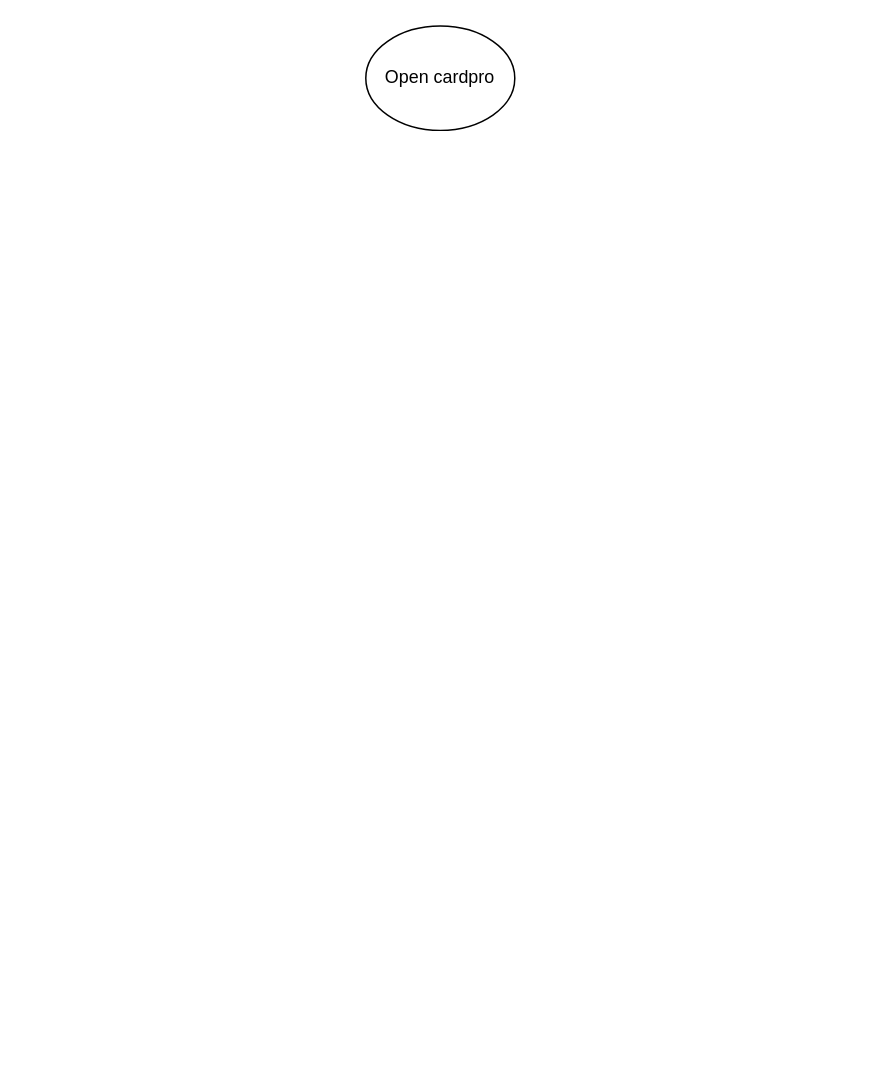
Earlier version of the draw.io diagram page "CardProApp" (3 of 7) of dz-perso-system.drawio (delphihero/MyDocument). Source tidied: cells renumbered, new cells numbered last; positions are measured from the earlier drawing's top-left corner, leaving out a move shared by most shapes. Both pictures are drawn from the tidied source at 149%, with x=0, y=0 at pixel (365, 25).
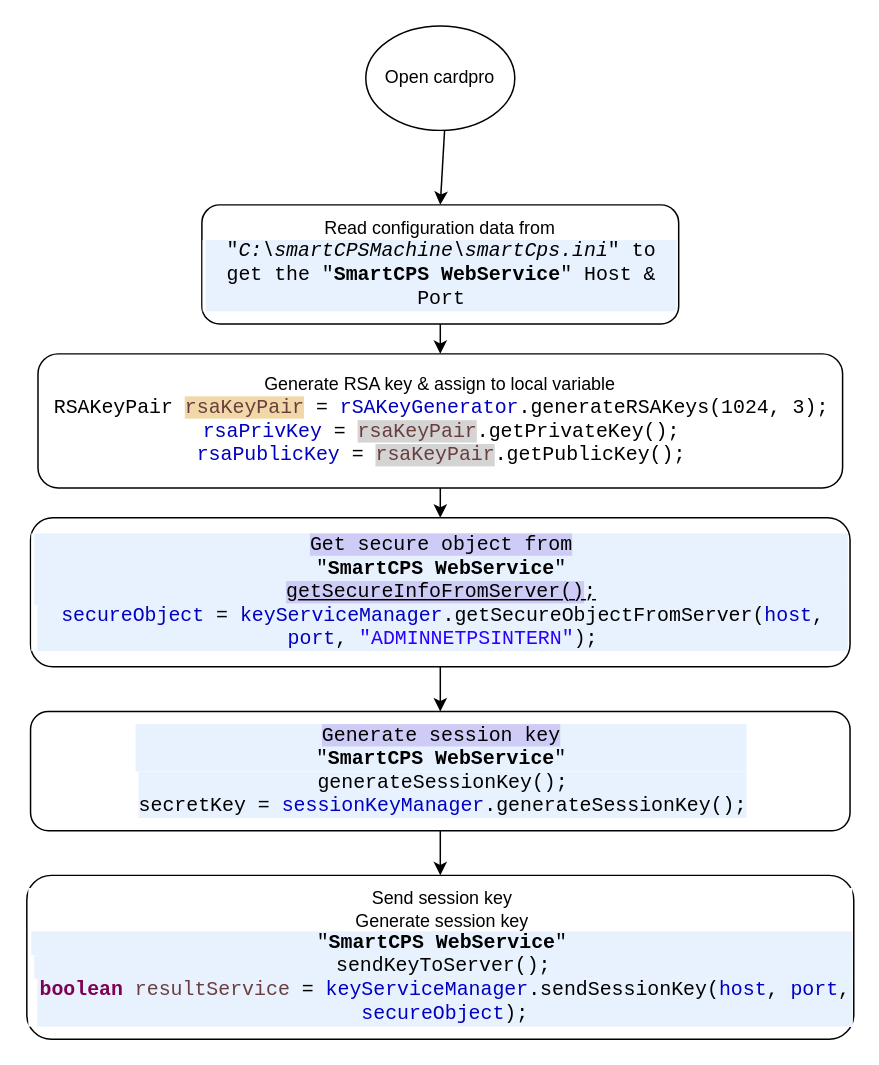
Above is the later version.

Diff of the diagram source:
```diff
@@
 <mxGraphModel>
   <root>
     <mxCell id="0" />
     <mxCell id="1" parent="0" />
+    <mxCell id="3" style="edgeStyle=none;rounded=0;jettySize=auto;html=1;" parent="1" edge="1" source="2" target="7">
+      <mxGeometry relative="1" as="geometry" />
+    </mxCell>
     <mxCell id="2" value="Open cardpro" style="ellipse;whiteSpace=wrap;html=1;" parent="1" vertex="1">
       <mxGeometry width="100" height="70" as="geometry" />
     </mxCell>
+    <mxCell id="4" style="edgeStyle=none;rounded=0;jettySize=auto;html=1;" parent="1" edge="1" source="5" target="9">
+      <mxGeometry relative="1" as="geometry" />
+    </mxCell>
+    <mxCell id="5" value="Generate RSA key &amp;amp; assign to local variable&lt;br&gt;&lt;div style=&quot;background-color:#ffffff;padding:0px 0px 0px 2px;&quot;&gt;&lt;div style=&quot;color: rgb(0, 0, 0); background-color: rgb(255, 255, 255); font-family: &amp;quot;Courier New&amp;quot;; font-size: 10pt;&quot;&gt;&lt;p style=&quot;margin:0;&quot;&gt;RSAKeyPair &lt;span style=&quot;color:#6a3e3e;background-color:#f0d8a8;&quot;&gt;rsaKeyPair&lt;/span&gt;&lt;span style=&quot;color:#000000;&quot;&gt; = &lt;/span&gt;&lt;span style=&quot;color:#0000c0;&quot;&gt;rSAKeyGenerator&lt;/span&gt;&lt;span style=&quot;color:#000000;&quot;&gt;.generateRSAKeys(1024, 3);&lt;br&gt;&lt;/span&gt;&lt;span style=&quot;color:#0000c0;&quot;&gt;rsaPrivKey&lt;/span&gt;&lt;span style=&quot;color:#000000;&quot;&gt; = &lt;/span&gt;&lt;span style=&quot;color:#6a3e3e;background-color:#d4d4d4;&quot;&gt;rsaKeyPair&lt;/span&gt;&lt;span style=&quot;color:#000000;&quot;&gt;.getPrivateKey();&lt;/span&gt;&lt;/p&gt;&lt;p style=&quot;margin:0;&quot;&gt;&lt;span style=&quot;color:#0000c0;&quot;&gt;rsaPublicKey&lt;/span&gt;&lt;span style=&quot;color:#000000;&quot;&gt; = &lt;/span&gt;&lt;span style=&quot;color:#6a3e3e;background-color:#d4d4d4;&quot;&gt;rsaKeyPair&lt;/span&gt;&lt;span style=&quot;color:#000000;&quot;&gt;.getPublicKey();&lt;/span&gt;&lt;/p&gt;&lt;/div&gt;&lt;/div&gt;" style="rounded=1;whiteSpace=wrap;html=1;" parent="1" vertex="1">
+      <mxGeometry x="-220" y="220" width="540" height="90" as="geometry" />
+    </mxCell>
+    <mxCell id="6" style="edgeStyle=none;rounded=0;jettySize=auto;html=1;" parent="1" edge="1" source="7" target="5">
+      <mxGeometry relative="1" as="geometry" />
+    </mxCell>
+    <mxCell id="7" value="Read configuration data from&lt;br&gt;&lt;div style=&quot;background-color:#ffffff;padding:0px 0px 0px 2px;&quot;&gt;&lt;div style=&quot;color: rgb(0, 0, 0); background-color: rgb(255, 255, 255); font-family: &amp;quot;Courier New&amp;quot;; font-size: 10pt;&quot;&gt;&lt;p style=&quot;background-color:#e8f2fe;margin:0;&quot;&gt;&quot;&lt;i&gt;C:\smartCPSMachine\smartCps.ini&lt;/i&gt;&quot; to get the &quot;&lt;b&gt;SmartCPS WebService&lt;/b&gt;&quot; Host &amp;amp; Port&lt;br&gt;&lt;/p&gt;&lt;/div&gt;&lt;/div&gt;" style="rounded=1;whiteSpace=wrap;html=1;" parent="1" vertex="1">
+      <mxGeometry x="-110" y="120" width="320" height="80" as="geometry" />
+    </mxCell>
+    <mxCell id="8" style="edgeStyle=none;rounded=0;jettySize=auto;html=1;" parent="1" edge="1" source="9" target="11">
+      <mxGeometry relative="1" as="geometry" />
+    </mxCell>
+    <mxCell id="9" value="&lt;div style=&quot;background-color:#ffffff;padding:0px 0px 0px 2px;&quot;&gt;&lt;div style=&quot;color: rgb(0, 0, 0); background-color: rgb(255, 255, 255); font-family: &amp;quot;Courier New&amp;quot;; font-size: 10pt;&quot;&gt;&lt;p style=&quot;background-color:#e8f2fe;margin:0;&quot;&gt;&lt;span style=&quot;color:#000000;background-color:#ceccf7;&quot;&gt;Get secure object from &lt;br&gt;&lt;/span&gt;&quot;&lt;b&gt;SmartCPS WebService&lt;/b&gt;&quot;&lt;/p&gt;&lt;p style=&quot;background-color:#e8f2fe;margin:0;&quot;&gt;&lt;u&gt;&lt;span style=&quot;color:#000000;background-color:#ceccf7;&quot;&gt;getSecureInfoFromServer()&lt;/span&gt;&lt;span style=&quot;color:#000000;&quot;&gt;;&lt;br&gt;&lt;/span&gt;&lt;/u&gt;&lt;/p&gt;&lt;div style=&quot;background-color:#ffffff;padding:0px 0px 0px 2px;&quot;&gt;&lt;div style=&quot;color: rgb(0, 0, 0); background-color: rgb(255, 255, 255); font-family: &amp;quot;Courier New&amp;quot;; font-size: 10pt;&quot;&gt;&lt;p style=&quot;background-color:#e8f2fe;margin:0;&quot;&gt;&lt;span style=&quot;color:#0000c0;&quot;&gt;secureObject&lt;/span&gt;&lt;span style=&quot;color:#000000;&quot;&gt; = &lt;/span&gt;&lt;span style=&quot;color:#0000c0;&quot;&gt;keyServiceManager&lt;/span&gt;&lt;span style=&quot;color:#000000;&quot;&gt;.getSecureObjectFromServer(&lt;/span&gt;&lt;span style=&quot;color:#0000c0;&quot;&gt;host&lt;/span&gt;&lt;span style=&quot;color:#000000;&quot;&gt;, &lt;/span&gt;&lt;span style=&quot;color:#0000c0;&quot;&gt;port&lt;/span&gt;&lt;span style=&quot;color:#000000;&quot;&gt;, &lt;/span&gt;&lt;span style=&quot;color:#2a00ff;&quot;&gt;&quot;ADMINNETPSINTERN&quot;&lt;/span&gt;&lt;span style=&quot;color:#000000;&quot;&gt;);&lt;/span&gt;&lt;/p&gt;&lt;/div&gt;&lt;/div&gt;&lt;/div&gt;&lt;/div&gt;" style="rounded=1;whiteSpace=wrap;html=1;" parent="1" vertex="1">
+      <mxGeometry x="-225" y="330" width="550" height="100" as="geometry" />
+    </mxCell>
+    <mxCell id="10" style="edgeStyle=none;rounded=0;jettySize=auto;html=1;" parent="1" edge="1" source="11" target="12">
+      <mxGeometry relative="1" as="geometry" />
+    </mxCell>
+    <mxCell id="11" value="&lt;div style=&quot;background-color:#ffffff;padding:0px 0px 0px 2px;&quot;&gt;&lt;div style=&quot;color: rgb(0, 0, 0); background-color: rgb(255, 255, 255); font-family: &amp;quot;Courier New&amp;quot;; font-size: 10pt;&quot;&gt;&lt;p style=&quot;background-color:#e8f2fe;margin:0;&quot;&gt;&lt;span style=&quot;color:#000000;background-color:#ceccf7;&quot;&gt;Generate session key &lt;br&gt;&lt;/span&gt;&quot;&lt;b&gt;SmartCPS WebService&lt;/b&gt;&quot;&lt;/p&gt;&lt;div style=&quot;background-color:#ffffff;padding:0px 0px 0px 2px;&quot;&gt;&lt;div style=&quot;color: rgb(0, 0, 0); background-color: rgb(255, 255, 255); font-family: &amp;quot;Courier New&amp;quot;; font-size: 10pt;&quot;&gt;&lt;p style=&quot;background-color:#e8f2fe;margin:0;&quot;&gt;generateSessionKey();&lt;br&gt;secretKey&lt;span style=&quot;color:#000000;&quot;&gt; = &lt;/span&gt;&lt;span style=&quot;color:#0000c0;&quot;&gt;sessionKeyManager&lt;/span&gt;&lt;span style=&quot;color:#000000;&quot;&gt;.generateSessionKey();&lt;/span&gt;&lt;/p&gt;&lt;/div&gt;&lt;/div&gt;&lt;p style=&quot;background-color:#e8f2fe;margin:0;&quot;&gt;&lt;/p&gt;&lt;/div&gt;&lt;/div&gt;" style="rounded=1;whiteSpace=wrap;html=1;" parent="1" vertex="1">
+      <mxGeometry x="-225" y="460" width="550" height="80" as="geometry" />
+    </mxCell>
+    <mxCell id="12" value="&lt;div style=&quot;background-color:#ffffff;padding:0px 0px 0px 2px;&quot;&gt;Send session key&lt;/div&gt;&lt;div style=&quot;background-color:#ffffff;padding:0px 0px 0px 2px;&quot;&gt;Generate session key &lt;div style=&quot;color: rgb(0, 0, 0); background-color: rgb(255, 255, 255); font-family: &amp;quot;Courier New&amp;quot;; font-size: 10pt;&quot;&gt;&lt;p style=&quot;background-color:#e8f2fe;margin:0;&quot;&gt;&quot;&lt;b&gt;SmartCPS WebService&lt;/b&gt;&quot;&lt;/p&gt;&lt;div style=&quot;background-color:#ffffff;padding:0px 0px 0px 2px;&quot;&gt;&lt;div style=&quot;color: rgb(0, 0, 0); background-color: rgb(255, 255, 255); font-family: &amp;quot;Courier New&amp;quot;; font-size: 10pt;&quot;&gt;&lt;p style=&quot;background-color:#e8f2fe;margin:0;&quot;&gt;sendKeyToServer();&lt;/p&gt;&lt;div style=&quot;background-color:#ffffff;padding:0px 0px 0px 2px;&quot;&gt;&lt;div style=&quot;color: rgb(0, 0, 0); background-color: rgb(255, 255, 255); font-family: &amp;quot;Courier New&amp;quot;; font-size: 10pt;&quot;&gt;&lt;p style=&quot;background-color:#e8f2fe;margin:0;&quot;&gt;&lt;span style=&quot;color:#7f0055;font-weight:bold;&quot;&gt;boolean&lt;/span&gt;&lt;span style=&quot;color:#000000;&quot;&gt; &lt;/span&gt;&lt;span style=&quot;color:#6a3e3e;&quot;&gt;resultService&lt;/span&gt;&lt;span style=&quot;color:#000000;&quot;&gt; = &lt;/span&gt;&lt;span style=&quot;color:#0000c0;&quot;&gt;keyServiceManager&lt;/span&gt;&lt;span style=&quot;color:#000000;&quot;&gt;.sendSessionKey(&lt;/span&gt;&lt;span style=&quot;color:#0000c0;&quot;&gt;host&lt;/span&gt;&lt;span style=&quot;color:#000000;&quot;&gt;, &lt;/span&gt;&lt;span style=&quot;color:#0000c0;&quot;&gt;port&lt;/span&gt;&lt;span style=&quot;color:#000000;&quot;&gt;, &lt;/span&gt;&lt;span style=&quot;color:#0000c0;&quot;&gt;secureObject&lt;/span&gt;&lt;span style=&quot;color:#000000;&quot;&gt;);&lt;/span&gt;&lt;/p&gt;&lt;/div&gt;&lt;/div&gt;&lt;/div&gt;&lt;/div&gt;&lt;/div&gt;&lt;/div&gt;" style="rounded=1;whiteSpace=wrap;html=1;" parent="1" vertex="1">
+      <mxGeometry x="-227.5" y="570" width="555" height="110" as="geometry" />
+    </mxCell>
   </root>
 </mxGraphModel>
```
